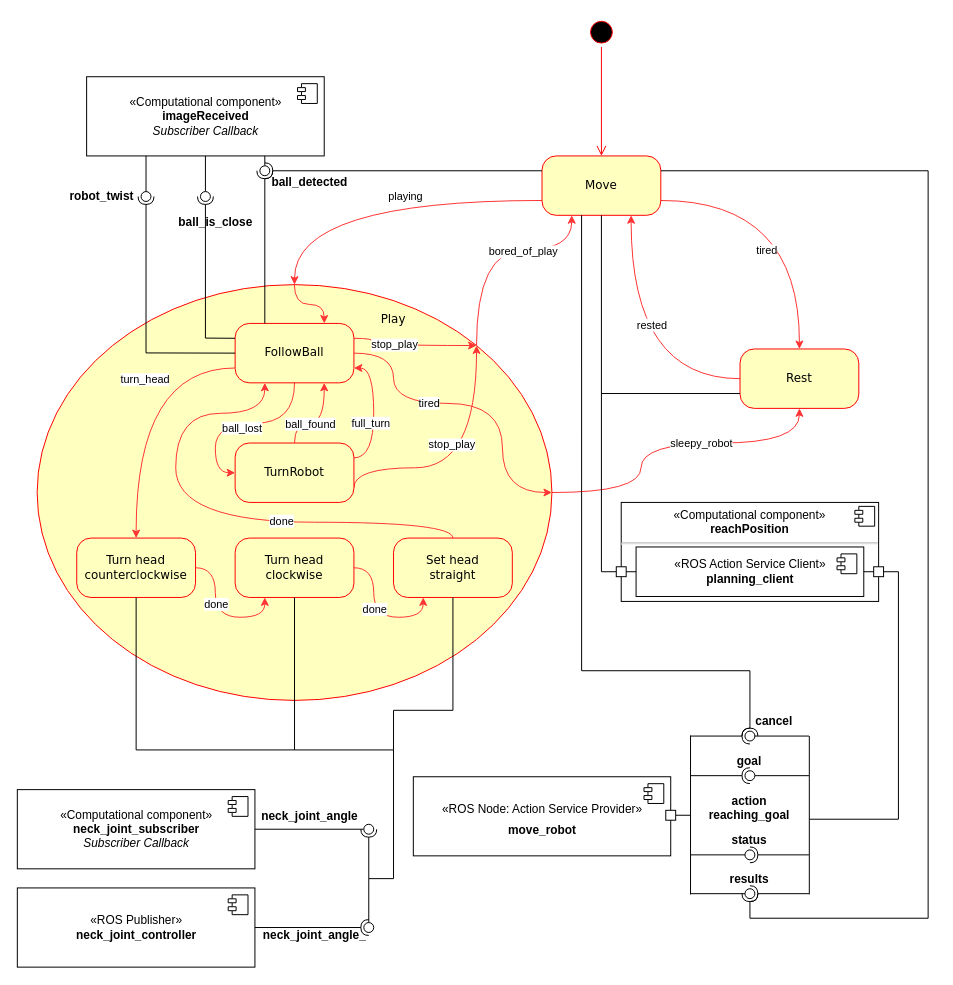
Above: draw_io/state_machine_and_comp.drawio in aGotelli/Andrea_Gotelli_EROLA_Assignment (draw.io), before the change. Source tidied: cells renumbered, new cells numbered last; positions are measured from the earlier drawing's top-left corner, leaving out a move shared by most shapes. Both pictures are drawn from the tidied source at 99%, with x=0, y=0 at pixel (17, 17).
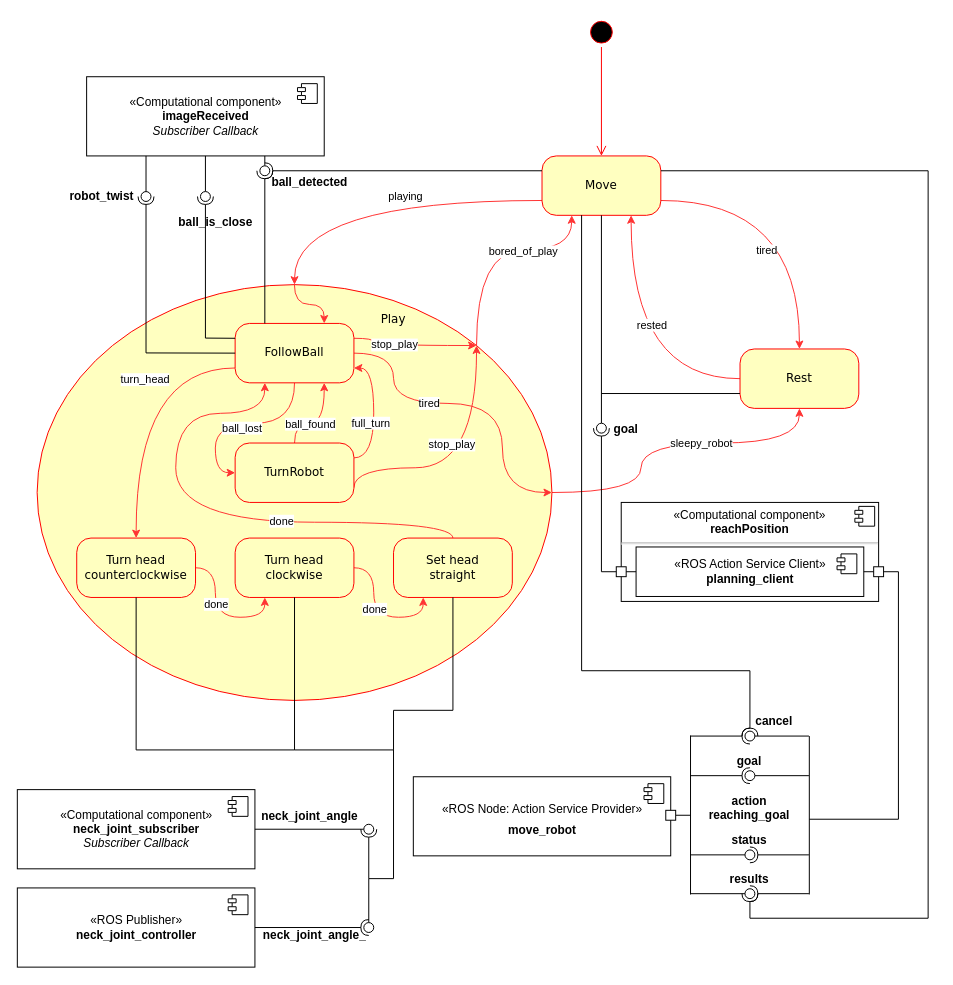
The same diagram, later.

The change refers to these unchanged cells:
```xml
<mxCell id="7" value="Move" style="rounded=1;whiteSpace=wrap;html=1;arcSize=24;fillColor=#ffffc0;strokeColor=#ff0000;shadow=0;comic=0;labelBackgroundColor=none;fontFamily=Verdana;fontSize=12;fontColor=#000000;align=center;" parent="1" vertex="1">
  <mxGeometry x="530" y="140" width="120" height="60" as="geometry" />
</mxCell>
<mxCell id="91" style="rounded=0;whiteSpace=wrap;html=1;" parent="1" vertex="1">
  <mxGeometry x="605" y="555" width="10" height="10" as="geometry" />
</mxCell>
```

Change to the diagram source:
```diff
@@
-    <mxCell id="93" style="rounded=0;jettySize=auto;html=1;endArrow=none;endFill=0;exitX=0;exitY=0.5;exitDx=0;exitDy=0;entryX=0.5;entryY=1;entryDx=0;entryDy=0;" parent="1" edge="1" source="91" target="7">
-      <mxGeometry relative="1" as="geometry">
-        <Array as="points">
-          <mxPoint x="590" y="560" />
-        </Array>
-      </mxGeometry>
-    </mxCell>
@@
+    <mxCell id="111" style="rounded=0;jettySize=auto;html=1;endArrow=none;endFill=0;exitX=0.5;exitY=1;exitDx=0;exitDy=0;" parent="1" edge="1" source="7" target="113">
+      <mxGeometry relative="1" as="geometry" />
+    </mxCell>
+    <mxCell id="112" style="rounded=0;jettySize=auto;html=1;endArrow=halfCircle;endFill=0;entryX=0.5;entryY=0.5;entryDx=0;entryDy=0;endSize=6;strokeWidth=1;exitX=0;exitY=0.5;exitDx=0;exitDy=0;" parent="1" edge="1" source="91" target="113">
+      <mxGeometry relative="1" as="geometry">
+        <Array as="points">
+          <mxPoint x="590" y="560" />
+        </Array>
+      </mxGeometry>
+    </mxCell>
+    <mxCell id="113" style="ellipse;whiteSpace=wrap;html=1;fontFamily=Helvetica;fontSize=12;fontColor=#000000;align=center;strokeColor=#000000;fillColor=#ffffff;points=[];" parent="1" vertex="1">
+      <mxGeometry x="585" y="410" width="10" height="10" as="geometry" />
+    </mxCell>
+    <mxCell id="114" value="goal" style="text;align=center;fontStyle=1;verticalAlign=middle;spacingLeft=3;spacingRight=3;strokeColor=none;" parent="1" vertex="1">
+      <mxGeometry x="575" y="402" width="80" height="26" as="geometry" />
+    </mxCell>
```
